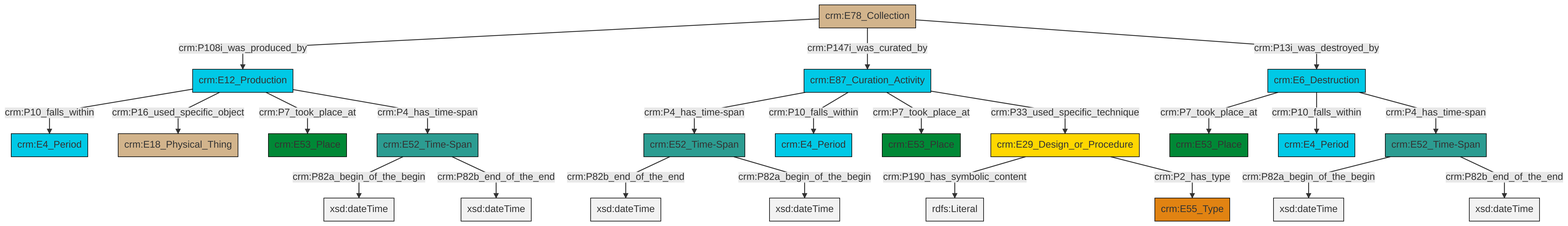
This is et/archivalCSV/ttl/mmd/png/archival_existence.png from swiss-art-research-net/docs.swissartresearch, a Mermaid export, as it was before one commit. Its source is kept beside it as et/archivalCSV/ttl/mmd/archival_existence.ttl.mmd.
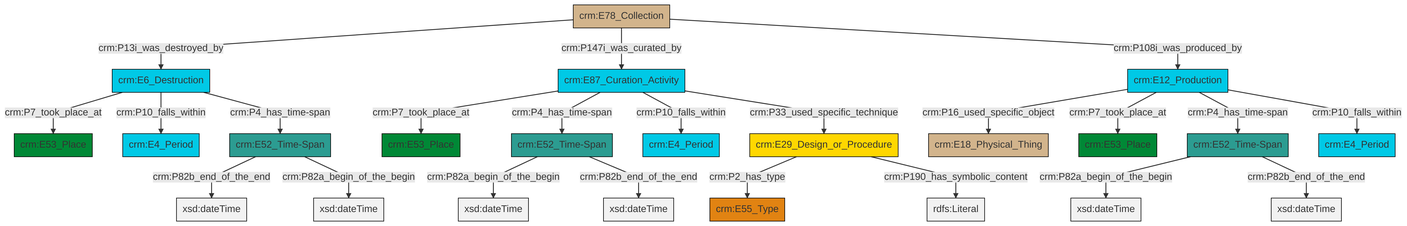
The same file after the commit.

Change to the diagram source:
```diff
@@ -13,25 +13,25 @@
 classDef PC_Classes fill:#4ce600, stroke:#000000;
 classDef Multi fill:#cccccc,stroke:#000000;
 
-0["crm:E78_Collection"]:::Physical_Thing -->|crm:P108i_was_produced_by| 1["crm:E12_Production"]:::Temporal_Entity
-6["crm:E87_Curation_Activity"]:::Temporal_Entity -->|crm:P4_has_time-span| 7["crm:E52_Time-Span"]:::Time-Span
-8["crm:E52_Time-Span"]:::Time-Span -->|crm:P82a_begin_of_the_begin| 9[xsd:dateTime]:::Literal
-10["crm:E29_Design_or_Procedure"]:::Conceptual_Object -->|crm:P190_has_symbolic_content| 11[rdfs:Literal]:::Literal
-10["crm:E29_Design_or_Procedure"]:::Conceptual_Object -->|crm:P2_has_type| 2["crm:E55_Type"]:::Type
-1["crm:E12_Production"]:::Temporal_Entity -->|crm:P10_falls_within| 12["crm:E4_Period"]:::Temporal_Entity
-0["crm:E78_Collection"]:::Physical_Thing -->|crm:P147i_was_curated_by| 6["crm:E87_Curation_Activity"]:::Temporal_Entity
-1["crm:E12_Production"]:::Temporal_Entity -->|crm:P16_used_specific_object| 18["crm:E18_Physical_Thing"]:::Physical_Thing
-6["crm:E87_Curation_Activity"]:::Temporal_Entity -->|crm:P10_falls_within| 21["crm:E4_Period"]:::Temporal_Entity
-7["crm:E52_Time-Span"]:::Time-Span -->|crm:P82b_end_of_the_end| 22[xsd:dateTime]:::Literal
-23["crm:E52_Time-Span"]:::Time-Span -->|crm:P82a_begin_of_the_begin| 24[xsd:dateTime]:::Literal
-0["crm:E78_Collection"]:::Physical_Thing -->|crm:P13i_was_destroyed_by| 16["crm:E6_Destruction"]:::Temporal_Entity
-1["crm:E12_Production"]:::Temporal_Entity -->|crm:P7_took_place_at| 26["crm:E53_Place"]:::Place
-23["crm:E52_Time-Span"]:::Time-Span -->|crm:P82b_end_of_the_end| 27[xsd:dateTime]:::Literal
-16["crm:E6_Destruction"]:::Temporal_Entity -->|crm:P7_took_place_at| 19["crm:E53_Place"]:::Place
-16["crm:E6_Destruction"]:::Temporal_Entity -->|crm:P10_falls_within| 4["crm:E4_Period"]:::Temporal_Entity
-7["crm:E52_Time-Span"]:::Time-Span -->|crm:P82a_begin_of_the_begin| 32[xsd:dateTime]:::Literal
-6["crm:E87_Curation_Activity"]:::Temporal_Entity -->|crm:P7_took_place_at| 14["crm:E53_Place"]:::Place
-16["crm:E6_Destruction"]:::Temporal_Entity -->|crm:P4_has_time-span| 23["crm:E52_Time-Span"]:::Time-Span
-1["crm:E12_Production"]:::Temporal_Entity -->|crm:P4_has_time-span| 8["crm:E52_Time-Span"]:::Time-Span
-8["crm:E52_Time-Span"]:::Time-Span -->|crm:P82b_end_of_the_end| 37[xsd:dateTime]:::Literal
-6["crm:E87_Curation_Activity"]:::Temporal_Entity -->|crm:P33_used_specific_technique| 10["crm:E29_Design_or_Procedure"]:::Conceptual_Object
+2["crm:E87_Curation_Activity"]:::Temporal_Entity -->|crm:P7_took_place_at| 3["crm:E53_Place"]:::Place
+2["crm:E87_Curation_Activity"]:::Temporal_Entity -->|crm:P4_has_time-span| 8["crm:E52_Time-Span"]:::Time-Span
+9["crm:E78_Collection"]:::Physical_Thing -->|crm:P13i_was_destroyed_by| 0["crm:E6_Destruction"]:::Temporal_Entity
+10["crm:E52_Time-Span"]:::Time-Span -->|crm:P82a_begin_of_the_begin| 11[xsd:dateTime]:::Literal
+14["crm:E29_Design_or_Procedure"]:::Conceptual_Object -->|crm:P2_has_type| 6["crm:E55_Type"]:::Type
+9["crm:E78_Collection"]:::Physical_Thing -->|crm:P147i_was_curated_by| 2["crm:E87_Curation_Activity"]:::Temporal_Entity
+8["crm:E52_Time-Span"]:::Time-Span -->|crm:P82a_begin_of_the_begin| 15[xsd:dateTime]:::Literal
+0["crm:E6_Destruction"]:::Temporal_Entity -->|crm:P7_took_place_at| 17["crm:E53_Place"]:::Place
+18["crm:E12_Production"]:::Temporal_Entity -->|crm:P16_used_specific_object| 19["crm:E18_Physical_Thing"]:::Physical_Thing
+18["crm:E12_Production"]:::Temporal_Entity -->|crm:P7_took_place_at| 20["crm:E53_Place"]:::Place
+18["crm:E12_Production"]:::Temporal_Entity -->|crm:P4_has_time-span| 10["crm:E52_Time-Span"]:::Time-Span
+0["crm:E6_Destruction"]:::Temporal_Entity -->|crm:P10_falls_within| 12["crm:E4_Period"]:::Temporal_Entity
+10["crm:E52_Time-Span"]:::Time-Span -->|crm:P82b_end_of_the_end| 26[xsd:dateTime]:::Literal
+18["crm:E12_Production"]:::Temporal_Entity -->|crm:P10_falls_within| 28["crm:E4_Period"]:::Temporal_Entity
+14["crm:E29_Design_or_Procedure"]:::Conceptual_Object -->|crm:P190_has_symbolic_content| 29[rdfs:Literal]:::Literal
+9["crm:E78_Collection"]:::Physical_Thing -->|crm:P108i_was_produced_by| 18["crm:E12_Production"]:::Temporal_Entity
+21["crm:E52_Time-Span"]:::Time-Span -->|crm:P82b_end_of_the_end| 30[xsd:dateTime]:::Literal
+8["crm:E52_Time-Span"]:::Time-Span -->|crm:P82b_end_of_the_end| 31[xsd:dateTime]:::Literal
+2["crm:E87_Curation_Activity"]:::Temporal_Entity -->|crm:P10_falls_within| 4["crm:E4_Period"]:::Temporal_Entity
+0["crm:E6_Destruction"]:::Temporal_Entity -->|crm:P4_has_time-span| 21["crm:E52_Time-Span"]:::Time-Span
+2["crm:E87_Curation_Activity"]:::Temporal_Entity -->|crm:P33_used_specific_technique| 14["crm:E29_Design_or_Procedure"]:::Conceptual_Object
+21["crm:E52_Time-Span"]:::Time-Span -->|crm:P82a_begin_of_the_begin| 37[xsd:dateTime]:::Literal
```
